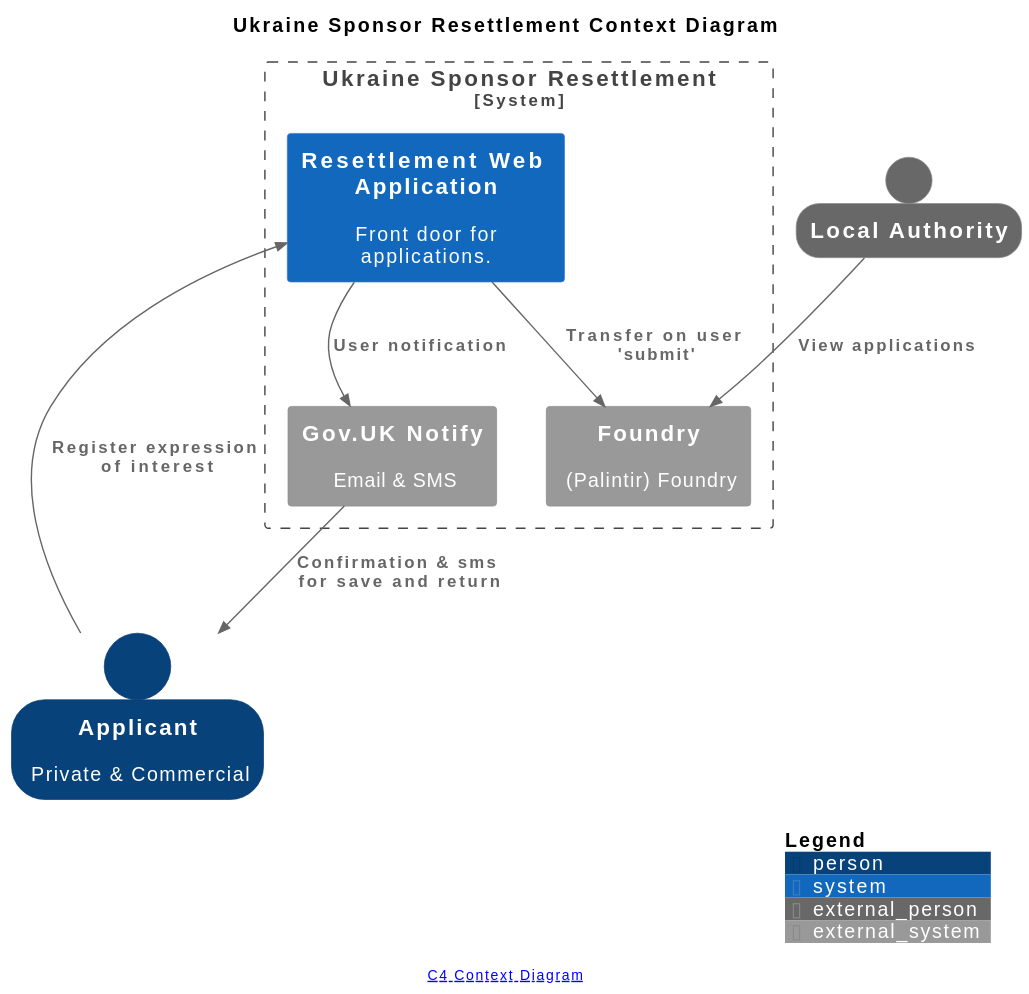
Above: docs/img/system-context.svg in communitiesuk/ukraine-sponsor-resettlement (PlantUML), before the change. The source it was exported from:
```plantuml
@startuml
!include https://raw.githubusercontent.com/plantuml-stdlib/C4-PlantUML/v2.4.0/C4_Context.puml
!include <office/Users/user.puml>

LAYOUT_TOP_DOWN()
SHOW_PERSON_OUTLINE()

title Ukraine Sponsor Resettlement Context Diagram

Person(applicant, Applicant, "Private & Commercial")
Person_Ext(las, Local Authority)

System_Boundary(system, "Ukraine Sponsor Resettlement") {
  System(resettlement_fe, "Resettlement Web Application", "Front door for applications.")
  System_Ext(foundry, "Foundry", "(Palintir) Foundry")
  System_Ext(gov_notify, "Gov.UK Notify", "Email & SMS")
}

Rel(applicant, resettlement_fe, "Register expression of interest")
Rel(resettlement_fe, gov_notify, "User notification")
Rel(resettlement_fe, foundry, "Transfer on user 'submit'")
Rel(las, foundry, "View applications")
Rel(gov_notify, applicant, "Confirmation & sms for save and return")

SHOW_DYNAMIC_LEGEND()

center footer  [[https://c4model.com/#CoreDiagrams C4 Context Diagram]]
@enduml
```
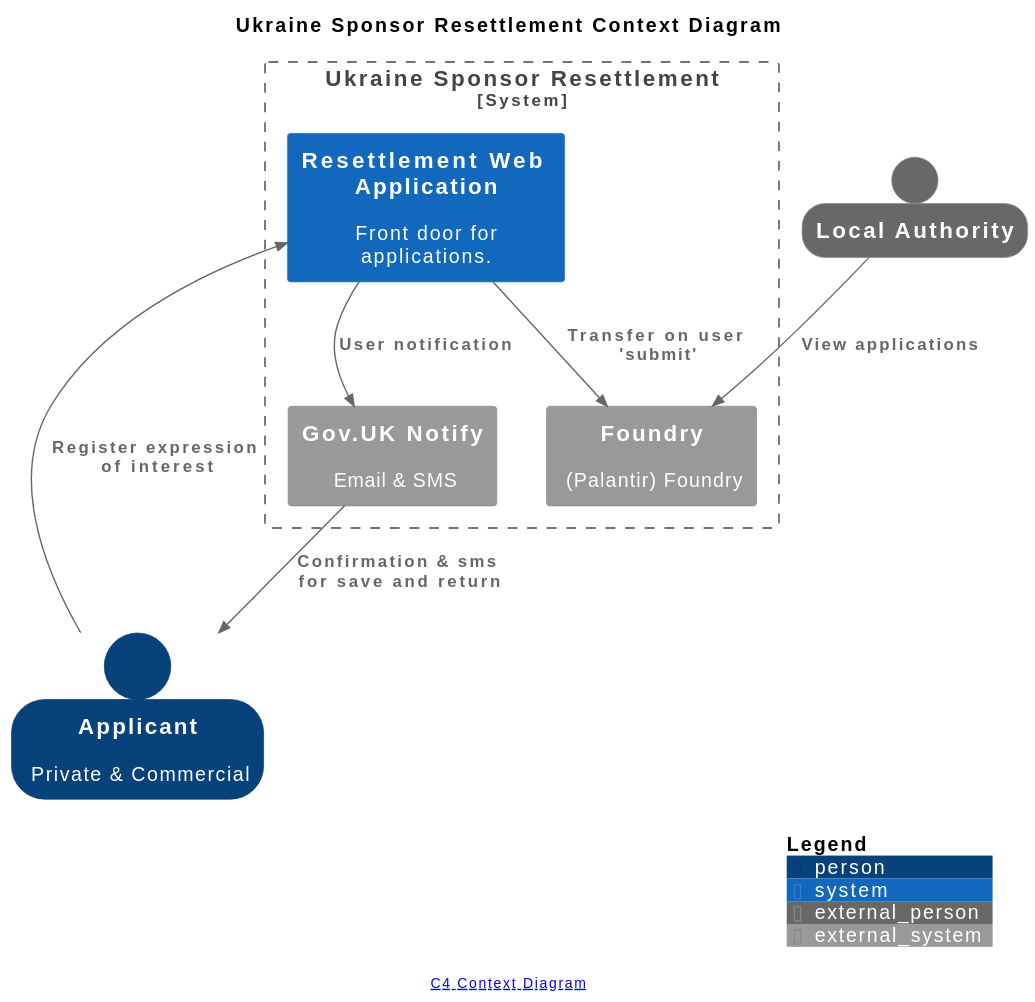
After the change.

Commit message:
docs - fix typo for foundry

Change to the diagram source:
```diff
@@ -12,7 +12,7 @@
 
 System_Boundary(system, "Ukraine Sponsor Resettlement") {
   System(resettlement_fe, "Resettlement Web Application", "Front door for applications.")
-  System_Ext(foundry, "Foundry", "(Palintir) Foundry")
+  System_Ext(foundry, "Foundry", "(Palantir) Foundry")
   System_Ext(gov_notify, "Gov.UK Notify", "Email & SMS")
 }
 
```
